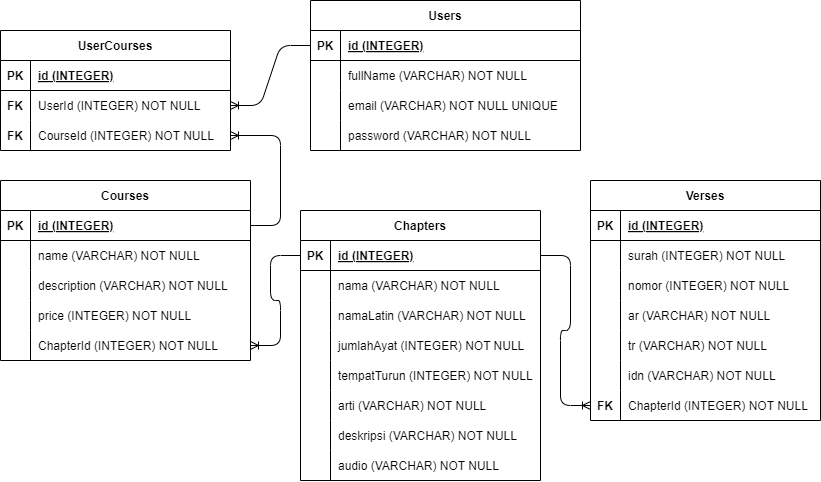
This is server/schema/schema.drawio.png from MuhammadFarhanRosidi/quran-ai-chatbot, a draw.io export, as it was before one commit. Source tidied: cells renumbered, new cells last; positions are measured from the earlier drawing's top-left corner, leaving out a move shared by most shapes.
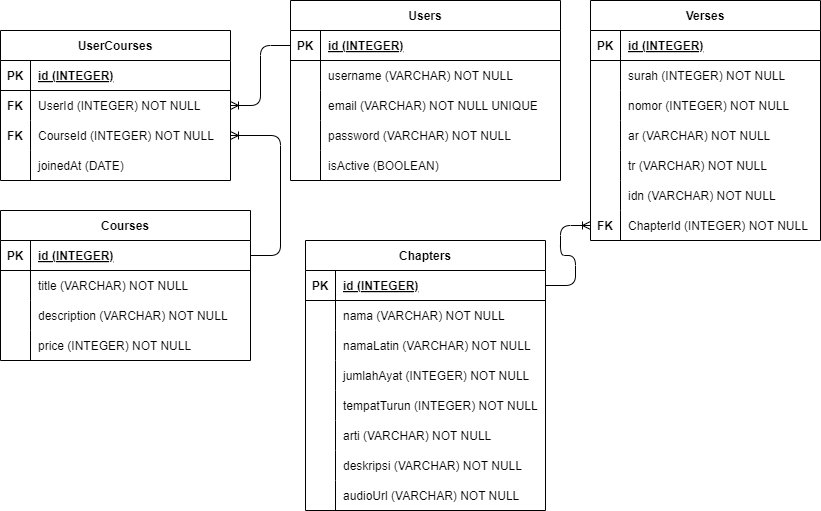
Later version of the same file.

Commit message:
fix: Schema ERD - add a joinedAt column in UserCourses and isActive in Users, delete relation between Chapters and Courses

What changed in the source:
```diff
@@ -3,7 +3,7 @@
     <mxCell id="0" />
     <mxCell id="1" parent="0" />
     <mxCell id="2" value="Verses" style="shape=table;startSize=30;rowLines=0;fontStyle=1;align=center;" parent="1" vertex="1">
-      <mxGeometry x="590" y="180" width="230" height="240" as="geometry" />
+      <mxGeometry x="590" width="230" height="240" as="geometry" />
     </mxCell>
     <mxCell id="3" style="shape=tableRow;horizontal=0;startSize=0;swimlaneHead=0;swimlaneBody=0;fillColor=none;top=0;left=0;right=0;bottom=1;" parent="2" vertex="1">
       <mxGeometry y="30" width="230" height="30" as="geometry" />
@@ -69,7 +69,7 @@
       <mxGeometry x="30" width="200" height="30" as="geometry" />
     </mxCell>
     <mxCell id="24" value="Users" style="shape=table;startSize=30;rowLines=0;fontStyle=1;align=center;" parent="1" vertex="1">
-      <mxGeometry x="310" width="270" height="150" as="geometry" />
+      <mxGeometry x="290" width="270" height="180" as="geometry" />
     </mxCell>
     <mxCell id="25" style="shape=tableRow;horizontal=0;startSize=0;swimlaneHead=0;swimlaneBody=0;fillColor=none;points=[[0,0.5],[1,0.5]];portConstraint=eastwest;top=0;left=0;right=0;bottom=1;" parent="24" vertex="1">
       <mxGeometry y="30" width="270" height="30" as="geometry" />
@@ -86,7 +86,7 @@
     <mxCell id="29" style="shape=partialRectangle;fillColor=none;top=0;left=0;bottom=0;right=0;overflow=hidden;" parent="28" vertex="1">
       <mxGeometry width="30" height="30" as="geometry" />
     </mxCell>
-    <mxCell id="30" value="fullName (VARCHAR) NOT NULL" style="shape=partialRectangle;fillColor=none;top=0;left=0;bottom=0;right=0;align=left;spacingLeft=6;overflow=hidden;" parent="28" vertex="1">
+    <mxCell id="30" value="username (VARCHAR) NOT NULL" style="shape=partialRectangle;fillColor=none;top=0;left=0;bottom=0;right=0;align=left;spacingLeft=6;overflow=hidden;" parent="28" vertex="1">
       <mxGeometry x="30" width="240" height="30" as="geometry" />
     </mxCell>
     <mxCell id="31" style="shape=tableRow;horizontal=0;startSize=0;swimlaneHead=0;swimlaneBody=0;fillColor=none;top=0;left=0;right=0;bottom=0;" parent="24" vertex="1">
@@ -107,8 +107,17 @@
     <mxCell id="36" value="password (VARCHAR) NOT NULL" style="shape=partialRectangle;fillColor=none;top=0;left=0;bottom=0;right=0;align=left;spacingLeft=6;overflow=hidden;" parent="34" vertex="1">
       <mxGeometry x="30" width="240" height="30" as="geometry" />
     </mxCell>
+    <mxCell id="92" style="shape=tableRow;horizontal=0;startSize=0;swimlaneHead=0;swimlaneBody=0;fillColor=none;top=0;left=0;right=0;bottom=0;" parent="24" vertex="1">
+      <mxGeometry y="150" width="270" height="30" as="geometry" />
+    </mxCell>
+    <mxCell id="93" style="shape=partialRectangle;fillColor=none;top=0;left=0;bottom=0;right=0;overflow=hidden;" parent="92" vertex="1">
+      <mxGeometry width="30" height="30" as="geometry" />
+    </mxCell>
+    <mxCell id="94" value="isActive (BOOLEAN)" style="shape=partialRectangle;fillColor=none;top=0;left=0;bottom=0;right=0;align=left;spacingLeft=6;overflow=hidden;" parent="92" vertex="1">
+      <mxGeometry x="30" width="240" height="30" as="geometry" />
+    </mxCell>
     <mxCell id="37" value="Chapters" style="shape=table;startSize=30;rowLines=0;fontStyle=1;align=center;" parent="1" vertex="1">
-      <mxGeometry x="300" y="210" width="240" height="270" as="geometry" />
+      <mxGeometry x="305" y="240" width="240" height="270" as="geometry" />
     </mxCell>
     <mxCell id="38" style="shape=tableRow;horizontal=0;startSize=0;swimlaneHead=0;swimlaneBody=0;fillColor=none;points=[[0,0.5],[1,0.5]];portConstraint=eastwest;top=0;left=0;right=0;bottom=1;" parent="37" vertex="1">
       <mxGeometry y="30" width="240" height="30" as="geometry" />
@@ -179,11 +188,11 @@
     <mxCell id="60" style="shape=partialRectangle;fillColor=none;top=0;left=0;bottom=0;right=0;overflow=hidden;" parent="59" vertex="1">
       <mxGeometry width="30" height="30" as="geometry" />
     </mxCell>
-    <mxCell id="61" value="audio (VARCHAR) NOT NULL" style="shape=partialRectangle;fillColor=none;top=0;left=0;bottom=0;right=0;align=left;spacingLeft=6;overflow=hidden;" parent="59" vertex="1">
+    <mxCell id="61" value="audioUrl (VARCHAR) NOT NULL" style="shape=partialRectangle;fillColor=none;top=0;left=0;bottom=0;right=0;align=left;spacingLeft=6;overflow=hidden;" parent="59" vertex="1">
       <mxGeometry x="30" width="210" height="30" as="geometry" />
     </mxCell>
     <mxCell id="62" value="Courses" style="shape=table;startSize=30;rowLines=0;fontStyle=1;align=center;" parent="1" vertex="1">
-      <mxGeometry y="180" width="250" height="180" as="geometry" />
+      <mxGeometry y="210" width="250" height="150" as="geometry" />
     </mxCell>
     <mxCell id="63" style="shape=tableRow;horizontal=0;startSize=0;swimlaneHead=0;swimlaneBody=0;fillColor=none;points=[[0,0.5],[1,0.5]];portConstraint=eastwest;top=0;left=0;right=0;bottom=1;" parent="62" vertex="1">
       <mxGeometry y="30" width="250" height="30" as="geometry" />
@@ -200,7 +209,7 @@
     <mxCell id="67" style="shape=partialRectangle;fillColor=none;top=0;left=0;bottom=0;right=0;overflow=hidden;" parent="66" vertex="1">
       <mxGeometry width="30" height="30" as="geometry" />
     </mxCell>
-    <mxCell id="68" value="name (VARCHAR) NOT NULL" style="shape=partialRectangle;fillColor=none;top=0;left=0;bottom=0;right=0;align=left;spacingLeft=6;overflow=hidden;" parent="66" vertex="1">
+    <mxCell id="68" value="title (VARCHAR) NOT NULL" style="shape=partialRectangle;fillColor=none;top=0;left=0;bottom=0;right=0;align=left;spacingLeft=6;overflow=hidden;" parent="66" vertex="1">
       <mxGeometry x="30" width="220" height="30" as="geometry" />
     </mxCell>
     <mxCell id="69" style="shape=tableRow;horizontal=0;startSize=0;swimlaneHead=0;swimlaneBody=0;fillColor=none;top=0;left=0;right=0;bottom=0;" parent="62" vertex="1">
@@ -221,15 +230,6 @@
     <mxCell id="74" value="price (INTEGER) NOT NULL" style="shape=partialRectangle;fillColor=none;top=0;left=0;bottom=0;right=0;align=left;spacingLeft=6;overflow=hidden;" parent="72" vertex="1">
       <mxGeometry x="30" width="220" height="30" as="geometry" />
     </mxCell>
-    <mxCell id="75" style="shape=tableRow;horizontal=0;startSize=0;swimlaneHead=0;swimlaneBody=0;fillColor=none;points=[[0,0.5],[1,0.5]];portConstraint=eastwest;top=0;left=0;right=0;bottom=0;" parent="62" vertex="1">
-      <mxGeometry y="150" width="250" height="30" as="geometry" />
-    </mxCell>
-    <mxCell id="76" style="shape=partialRectangle;fillColor=none;top=0;left=0;bottom=0;right=0;overflow=hidden;" parent="75" vertex="1">
-      <mxGeometry width="30" height="30" as="geometry" />
-    </mxCell>
-    <mxCell id="77" value="ChapterId (INTEGER) NOT NULL" style="shape=partialRectangle;fillColor=none;top=0;left=0;bottom=0;right=0;align=left;spacingLeft=6;overflow=hidden;" parent="75" vertex="1">
-      <mxGeometry x="30" width="220" height="30" as="geometry" />
-    </mxCell>
     <mxCell id="78" style="edgeStyle=entityRelationEdgeStyle;fontSize=12;html=1;endArrow=ERoneToMany;" parent="1" edge="1" source="25" target="84">
       <mxGeometry relative="1" as="geometry" />
     </mxCell>
@@ -237,7 +237,7 @@
       <mxGeometry relative="1" as="geometry" />
     </mxCell>
     <mxCell id="80" value="UserCourses" style="shape=table;startSize=30;rowLines=0;fontStyle=1;align=center;" parent="1" vertex="1">
-      <mxGeometry y="30" width="230" height="120" as="geometry" />
+      <mxGeometry y="30" width="230" height="150" as="geometry" />
     </mxCell>
     <mxCell id="81" style="shape=tableRow;horizontal=0;startSize=0;swimlaneHead=0;swimlaneBody=0;fillColor=none;top=0;left=0;right=0;bottom=1;" parent="80" vertex="1">
       <mxGeometry y="30" width="230" height="30" as="geometry" />
@@ -266,11 +266,17 @@
     <mxCell id="89" value="CourseId (INTEGER) NOT NULL" style="shape=partialRectangle;fillColor=none;top=0;left=0;bottom=0;right=0;align=left;spacingLeft=6;overflow=hidden;" parent="87" vertex="1">
       <mxGeometry x="30" width="200" height="30" as="geometry" />
     </mxCell>
+    <mxCell id="95" style="shape=tableRow;horizontal=0;startSize=0;swimlaneHead=0;swimlaneBody=0;fillColor=none;top=0;left=0;right=0;bottom=0;" parent="80" vertex="1">
+      <mxGeometry y="120" width="230" height="30" as="geometry" />
+    </mxCell>
+    <mxCell id="96" style="shape=partialRectangle;fillColor=none;top=0;left=0;bottom=0;right=0;overflow=hidden;" parent="95" vertex="1">
+      <mxGeometry width="30" height="30" as="geometry" />
+    </mxCell>
+    <mxCell id="97" value="joinedAt (DATE)" style="shape=partialRectangle;fillColor=none;top=0;left=0;bottom=0;right=0;align=left;spacingLeft=6;overflow=hidden;" parent="95" vertex="1">
+      <mxGeometry x="30" width="200" height="30" as="geometry" />
+    </mxCell>
     <mxCell id="90" style="edgeStyle=entityRelationEdgeStyle;fontSize=12;html=1;endArrow=ERoneToMany;" parent="1" edge="1" source="63" target="87">
       <mxGeometry relative="1" as="geometry" />
     </mxCell>
-    <mxCell id="91" style="edgeStyle=entityRelationEdgeStyle;fontSize=12;html=1;endArrow=ERoneToMany;" parent="1" edge="1" source="38" target="75">
-      <mxGeometry relative="1" as="geometry" />
-    </mxCell>
   </root>
 </mxGraphModel>
```
